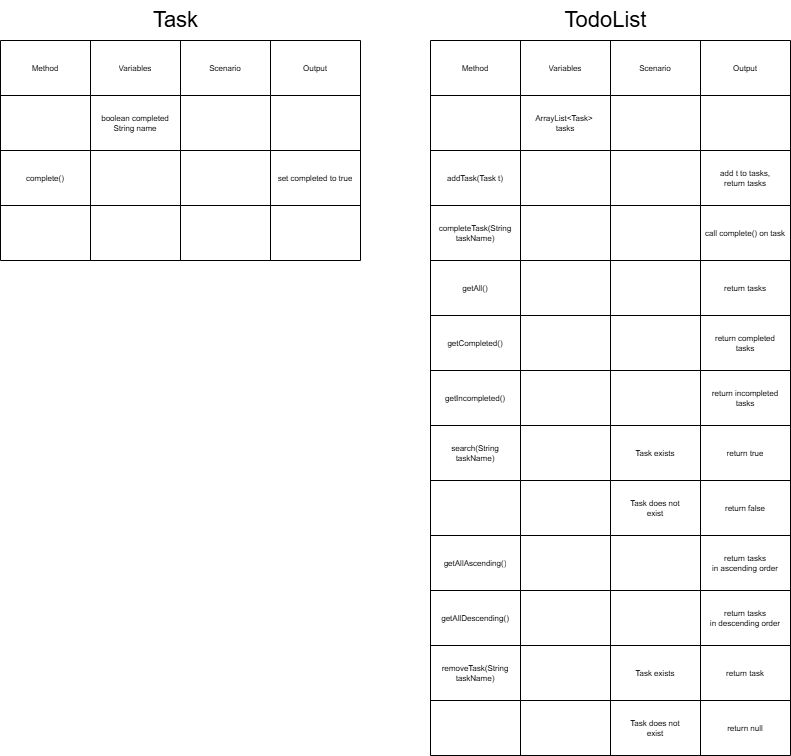
Above: domain-model.png in Marcus0410/java-tdd-todo-list (draw.io), before the change. Source tidied: cells renumbered, new cells last; positions are measured from the earlier drawing's top-left corner, leaving out a move shared by most shapes.
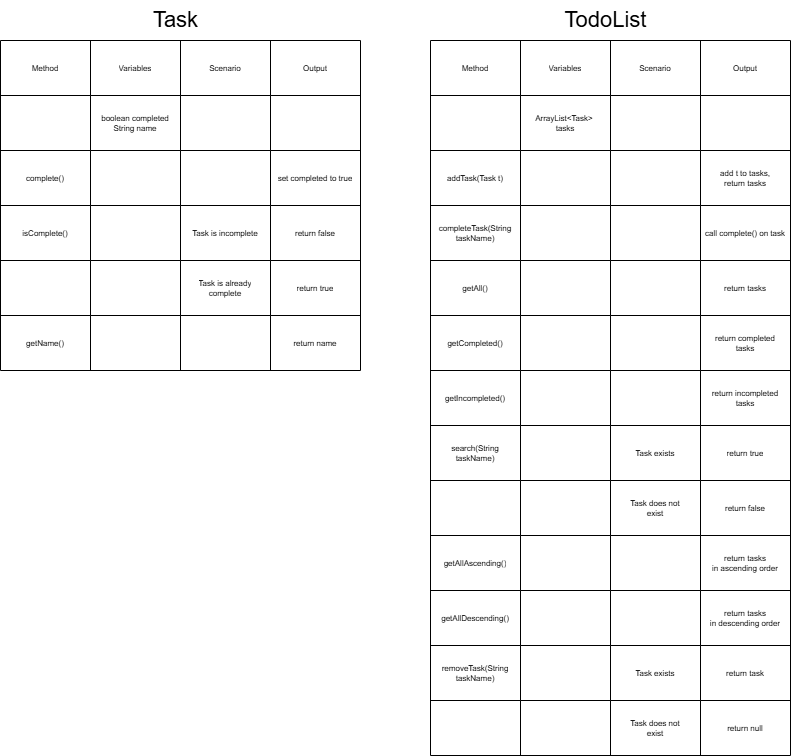
Above is the later version.

Change to the diagram source:
```diff
@@ -204,7 +204,7 @@
       <mxGeometry x="550" width="110" height="40" as="geometry" />
     </mxCell>
     <mxCell id="69" style="shape=table;startSize=0;fontSize=10;" parent="1" vertex="1">
-      <mxGeometry y="40" width="360" height="220" as="geometry" />
+      <mxGeometry y="40" width="360" height="330" as="geometry" />
     </mxCell>
     <mxCell id="70" style="shape=tableRow;horizontal=0;startSize=0;swimlaneHead=0;swimlaneBody=0;strokeColor=inherit;top=0;left=0;bottom=0;right=0;fillColor=none;" parent="69" vertex="1">
       <mxGeometry width="360" height="55" as="geometry" />
@@ -254,18 +254,48 @@
     <mxCell id="85" style="shape=tableRow;horizontal=0;startSize=0;swimlaneHead=0;swimlaneBody=0;strokeColor=inherit;top=0;left=0;bottom=0;right=0;fillColor=none;" parent="69" vertex="1">
       <mxGeometry y="165" width="360" height="55" as="geometry" />
     </mxCell>
-    <mxCell id="86" style="shape=partialRectangle;html=1;whiteSpace=wrap;strokeColor=inherit;overflow=hidden;fillColor=none;top=0;left=0;bottom=0;right=0;fontSize=8;" parent="85" vertex="1">
+    <mxCell id="86" value="isComplete()" style="shape=partialRectangle;html=1;whiteSpace=wrap;strokeColor=inherit;overflow=hidden;fillColor=none;top=0;left=0;bottom=0;right=0;fontSize=8;" parent="85" vertex="1">
       <mxGeometry width="90" height="55" as="geometry" />
     </mxCell>
     <mxCell id="87" style="shape=partialRectangle;html=1;whiteSpace=wrap;strokeColor=inherit;overflow=hidden;fillColor=none;top=0;left=0;bottom=0;right=0;fontSize=8;" parent="85" vertex="1">
       <mxGeometry x="90" width="90" height="55" as="geometry" />
     </mxCell>
-    <mxCell id="88" style="shape=partialRectangle;html=1;whiteSpace=wrap;strokeColor=inherit;overflow=hidden;fillColor=none;top=0;left=0;bottom=0;right=0;fontSize=8;" parent="85" vertex="1">
+    <mxCell id="88" value="Task is incomplete" style="shape=partialRectangle;html=1;whiteSpace=wrap;strokeColor=inherit;overflow=hidden;fillColor=none;top=0;left=0;bottom=0;right=0;fontSize=8;" parent="85" vertex="1">
       <mxGeometry x="180" width="90" height="55" as="geometry" />
     </mxCell>
-    <mxCell id="89" style="shape=partialRectangle;html=1;whiteSpace=wrap;strokeColor=inherit;overflow=hidden;fillColor=none;top=0;left=0;bottom=0;right=0;fontSize=8;" parent="85" vertex="1">
+    <mxCell id="89" value="return false" style="shape=partialRectangle;html=1;whiteSpace=wrap;strokeColor=inherit;overflow=hidden;fillColor=none;top=0;left=0;bottom=0;right=0;fontSize=8;" parent="85" vertex="1">
       <mxGeometry x="270" width="90" height="55" as="geometry" />
     </mxCell>
+    <mxCell id="91" style="shape=tableRow;horizontal=0;startSize=0;swimlaneHead=0;swimlaneBody=0;strokeColor=inherit;top=0;left=0;bottom=0;right=0;fillColor=none;" parent="69" vertex="1">
+      <mxGeometry y="220" width="360" height="55" as="geometry" />
+    </mxCell>
+    <mxCell id="92" style="shape=partialRectangle;html=1;whiteSpace=wrap;strokeColor=inherit;overflow=hidden;fillColor=none;top=0;left=0;bottom=0;right=0;fontSize=8;" parent="91" vertex="1">
+      <mxGeometry width="90" height="55" as="geometry" />
+    </mxCell>
+    <mxCell id="93" style="shape=partialRectangle;html=1;whiteSpace=wrap;strokeColor=inherit;overflow=hidden;fillColor=none;top=0;left=0;bottom=0;right=0;fontSize=8;" parent="91" vertex="1">
+      <mxGeometry x="90" width="90" height="55" as="geometry" />
+    </mxCell>
+    <mxCell id="94" value="Task is already&lt;div&gt;complete&lt;/div&gt;" style="shape=partialRectangle;html=1;whiteSpace=wrap;strokeColor=inherit;overflow=hidden;fillColor=none;top=0;left=0;bottom=0;right=0;fontSize=8;" parent="91" vertex="1">
+      <mxGeometry x="180" width="90" height="55" as="geometry" />
+    </mxCell>
+    <mxCell id="95" value="return true" style="shape=partialRectangle;html=1;whiteSpace=wrap;strokeColor=inherit;overflow=hidden;fillColor=none;top=0;left=0;bottom=0;right=0;fontSize=8;" parent="91" vertex="1">
+      <mxGeometry x="270" width="90" height="55" as="geometry" />
+    </mxCell>
+    <mxCell id="96" style="shape=tableRow;horizontal=0;startSize=0;swimlaneHead=0;swimlaneBody=0;strokeColor=inherit;top=0;left=0;bottom=0;right=0;fillColor=none;" parent="69" vertex="1">
+      <mxGeometry y="275" width="360" height="55" as="geometry" />
+    </mxCell>
+    <mxCell id="97" value="getName()" style="shape=partialRectangle;html=1;whiteSpace=wrap;strokeColor=inherit;overflow=hidden;fillColor=none;top=0;left=0;bottom=0;right=0;fontSize=8;" parent="96" vertex="1">
+      <mxGeometry width="90" height="55" as="geometry" />
+    </mxCell>
+    <mxCell id="98" style="shape=partialRectangle;html=1;whiteSpace=wrap;strokeColor=inherit;overflow=hidden;fillColor=none;top=0;left=0;bottom=0;right=0;fontSize=8;" parent="96" vertex="1">
+      <mxGeometry x="90" width="90" height="55" as="geometry" />
+    </mxCell>
+    <mxCell id="99" style="shape=partialRectangle;html=1;whiteSpace=wrap;strokeColor=inherit;overflow=hidden;fillColor=none;top=0;left=0;bottom=0;right=0;fontSize=8;" parent="96" vertex="1">
+      <mxGeometry x="180" width="90" height="55" as="geometry" />
+    </mxCell>
+    <mxCell id="100" value="return name" style="shape=partialRectangle;html=1;whiteSpace=wrap;strokeColor=inherit;overflow=hidden;fillColor=none;top=0;left=0;bottom=0;right=0;fontSize=8;" parent="96" vertex="1">
+      <mxGeometry x="270" width="90" height="55" as="geometry" />
+    </mxCell>
     <mxCell id="90" value="&lt;font style=&quot;font-size: 22px;&quot;&gt;Task&lt;/font&gt;" style="text;html=1;align=center;verticalAlign=middle;strokeColor=none;fillColor=none;" parent="1" vertex="1">
       <mxGeometry x="140" width="70" height="40" as="geometry" />
     </mxCell>
```
